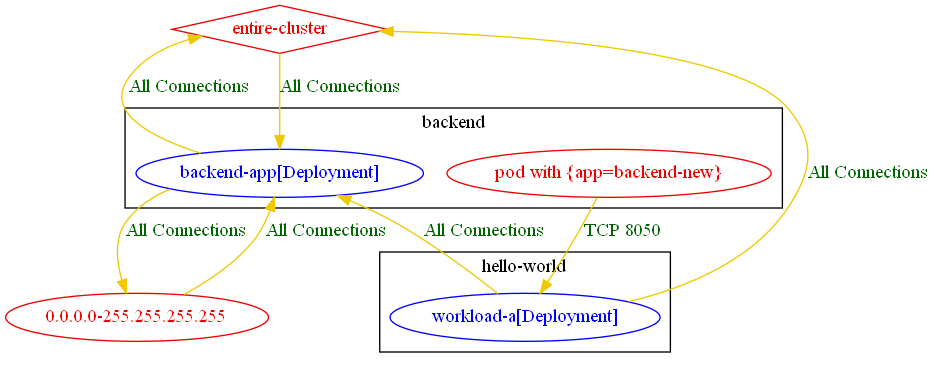
The Graphviz diagram test_outputs/connlist/exposure_test_conn_to_new_pod_in_an_existing_ns_connlist_output.dot.png in np-guard/netpol-analyzer, before a commit. Its source is kept beside it as test_outputs/connlist/exposure_test_conn_to_new_pod_in_an_existing_ns_connlist_output.dot. The source it was exported from:
```dot
digraph {
	subgraph "cluster_backend" {
		color="black"
		fontcolor="black"
		"backend/backend-app[Deployment]" [label="backend-app[Deployment]" color="blue" fontcolor="blue"]
		"pod with {app=backend-new}_in_backend" [label="pod with {app=backend-new}" color="red2" fontcolor="red2"]
		label="backend"
	}
	subgraph "cluster_hello_world" {
		color="black"
		fontcolor="black"
		"hello-world/workload-a[Deployment]" [label="workload-a[Deployment]" color="blue" fontcolor="blue"]
		label="hello-world"
	}
	"0.0.0.0-255.255.255.255" [label="0.0.0.0-255.255.255.255" color="red2" fontcolor="red2"]
	"entire-cluster" [label="entire-cluster" color="red2" fontcolor="red2" shape=diamond]
	"0.0.0.0-255.255.255.255" -> "backend/backend-app[Deployment]" [label="All Connections" color="gold2" fontcolor="darkgreen"]
	"backend/backend-app[Deployment]" -> "0.0.0.0-255.255.255.255" [label="All Connections" color="gold2" fontcolor="darkgreen"]
	"backend/backend-app[Deployment]" -> "entire-cluster" [label="All Connections" color="gold2" fontcolor="darkgreen" weight=0.5]
	"entire-cluster" -> "backend/backend-app[Deployment]" [label="All Connections" color="gold2" fontcolor="darkgreen" weight=1]
	"hello-world/workload-a[Deployment]" -> "backend/backend-app[Deployment]" [label="All Connections" color="gold2" fontcolor="darkgreen"]
	"hello-world/workload-a[Deployment]" -> "entire-cluster" [label="All Connections" color="gold2" fontcolor="darkgreen" weight=0.5]
	"pod with {app=backend-new}_in_backend" -> "hello-world/workload-a[Deployment]" [label="TCP 8050" color="gold2" fontcolor="darkgreen" weight=1]
}
```
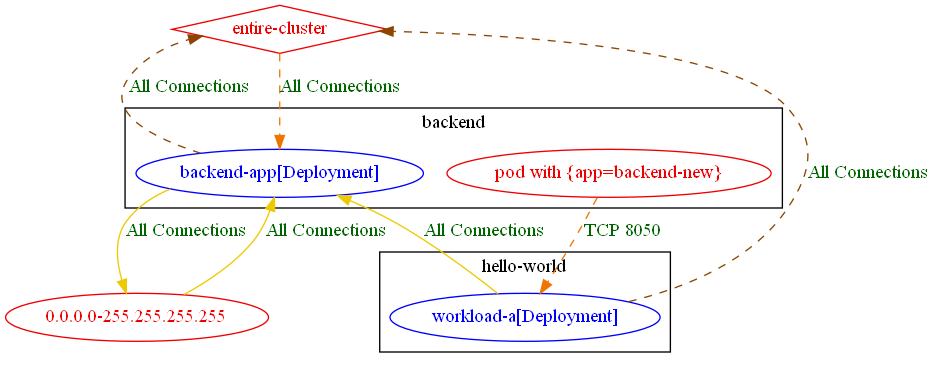
After the commit.

Diff of the diagram source:
```diff
@@ -16,9 +16,9 @@
 	"entire-cluster" [label="entire-cluster" color="red2" fontcolor="red2" shape=diamond]
 	"0.0.0.0-255.255.255.255" -> "backend/backend-app[Deployment]" [label="All Connections" color="gold2" fontcolor="darkgreen"]
 	"backend/backend-app[Deployment]" -> "0.0.0.0-255.255.255.255" [label="All Connections" color="gold2" fontcolor="darkgreen"]
-	"backend/backend-app[Deployment]" -> "entire-cluster" [label="All Connections" color="gold2" fontcolor="darkgreen" weight=0.5]
-	"entire-cluster" -> "backend/backend-app[Deployment]" [label="All Connections" color="gold2" fontcolor="darkgreen" weight=1]
+	"backend/backend-app[Deployment]" -> "entire-cluster" [label="All Connections" color="darkorange4" fontcolor="darkgreen" weight=0.5 style=dashed]
+	"entire-cluster" -> "backend/backend-app[Deployment]" [label="All Connections" color="darkorange2" fontcolor="darkgreen" weight=1 style=dashed]
 	"hello-world/workload-a[Deployment]" -> "backend/backend-app[Deployment]" [label="All Connections" color="gold2" fontcolor="darkgreen"]
-	"hello-world/workload-a[Deployment]" -> "entire-cluster" [label="All Connections" color="gold2" fontcolor="darkgreen" weight=0.5]
-	"pod with {app=backend-new}_in_backend" -> "hello-world/workload-a[Deployment]" [label="TCP 8050" color="gold2" fontcolor="darkgreen" weight=1]
+	"hello-world/workload-a[Deployment]" -> "entire-cluster" [label="All Connections" color="darkorange4" fontcolor="darkgreen" weight=0.5 style=dashed]
+	"pod with {app=backend-new}_in_backend" -> "hello-world/workload-a[Deployment]" [label="TCP 8050" color="darkorange2" fontcolor="darkgreen" weight=1 style=dashed]
 }
```
